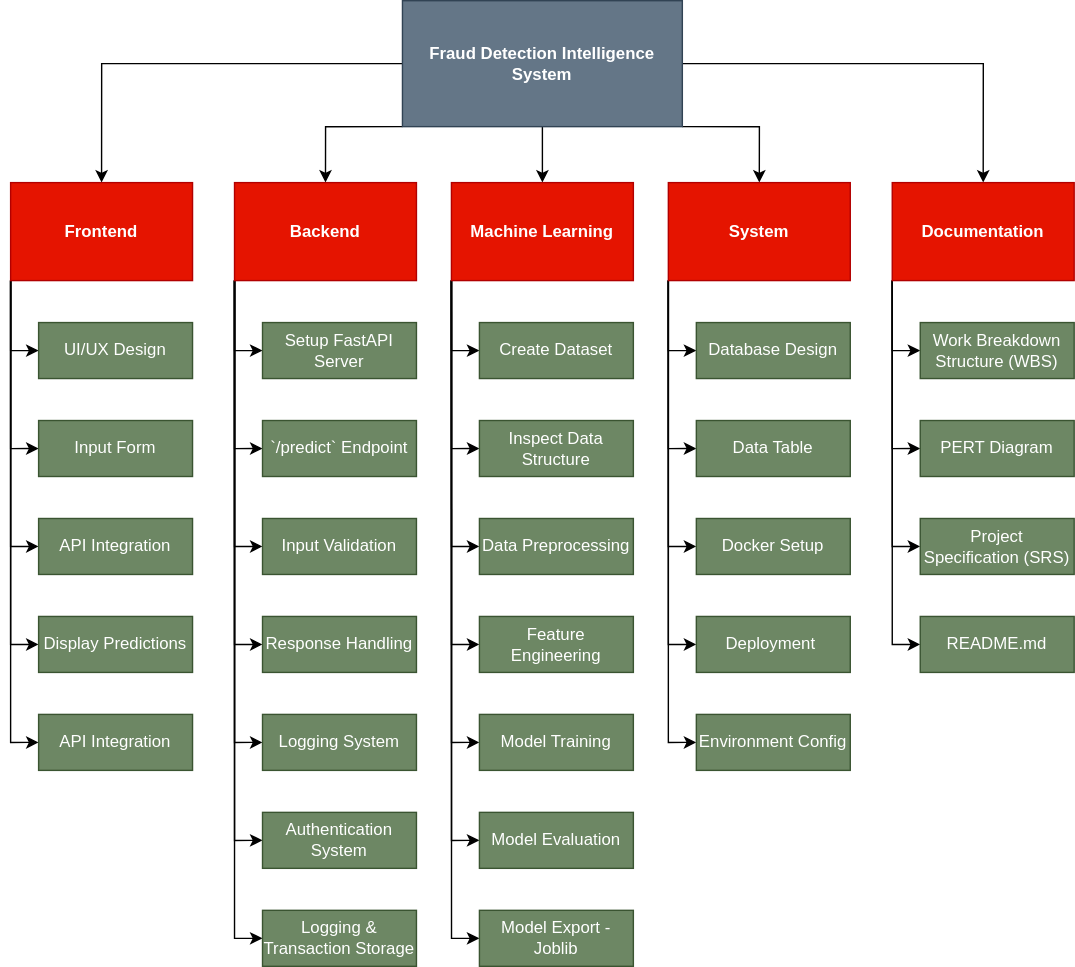
The draw.io diagram docs/wbs-diagram.drawio.svg in Dominik-Bedekovic/fraud-detection-intelligence-system, before a commit. Source tidied: cells renumbered, new cells last; positions are measured from the earlier drawing's top-left corner, leaving out a move shared by most shapes.
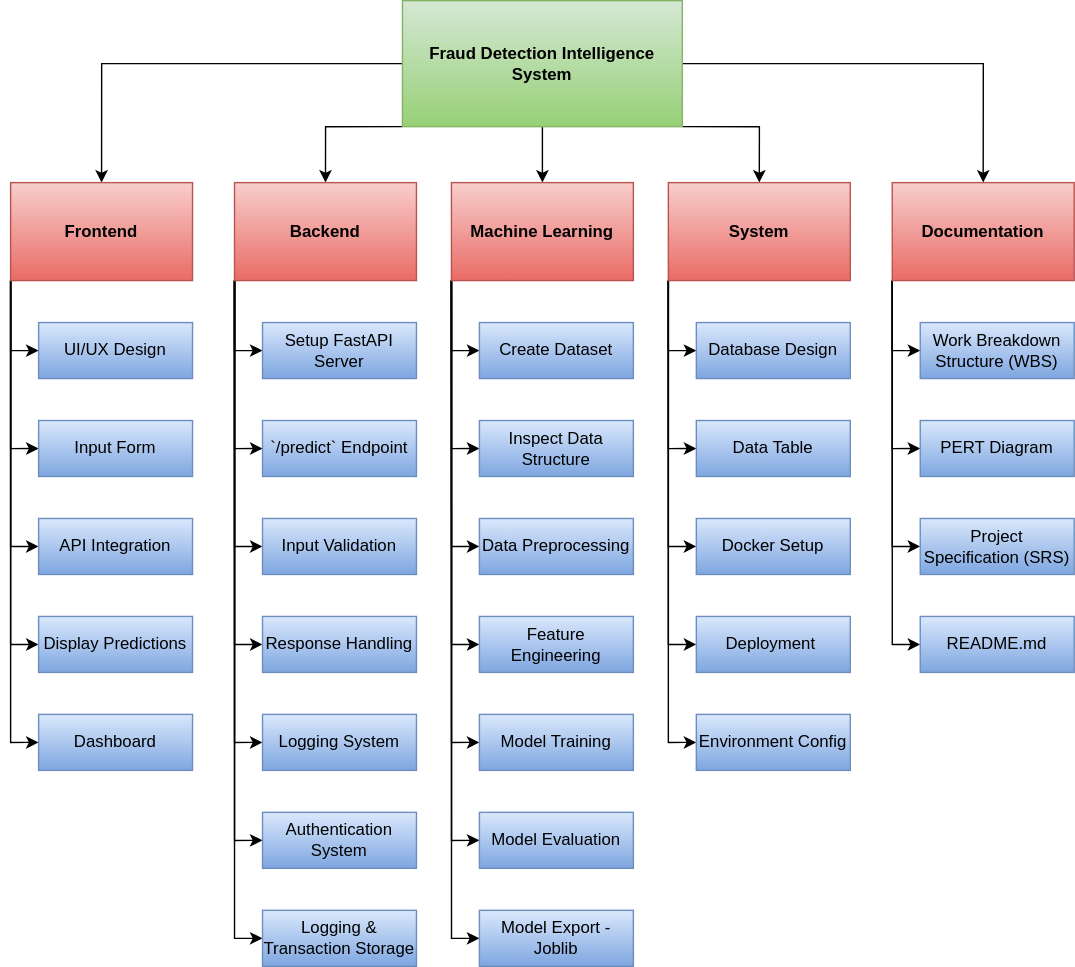
Later version of the same file.

Commit message:
Resolved merge conflict

Change to the diagram source:
```diff
@@ -25,7 +25,7 @@
         </Array>
       </mxGeometry>
     </mxCell>
-    <mxCell id="7" value="&lt;b&gt;Fraud Detection Intelligence System&lt;/b&gt;" style="rounded=0;whiteSpace=wrap;html=1;fillColor=#647687;fontColor=#ffffff;strokeColor=#314354;" parent="1" vertex="1">
+    <mxCell id="7" value="&lt;b&gt;Fraud Detection Intelligence System&lt;/b&gt;" style="rounded=0;whiteSpace=wrap;html=1;fillColor=#d5e8d4;strokeColor=#82b366;gradientColor=#97d077;" parent="1" vertex="1">
       <mxGeometry x="280" width="200" height="90" as="geometry" />
     </mxCell>
     <mxCell id="8" style="edgeStyle=orthogonalEdgeStyle;rounded=0;jettySize=auto;html=1;exitX=0;exitY=1;exitDx=0;exitDy=0;entryX=0;entryY=0.5;entryDx=0;entryDy=0;" parent="1" edge="1" source="15" target="52">
@@ -49,7 +49,7 @@
     <mxCell id="14" style="edgeStyle=orthogonalEdgeStyle;rounded=0;jettySize=auto;html=1;exitX=0;exitY=1;exitDx=0;exitDy=0;entryX=0;entryY=0.5;entryDx=0;entryDy=0;" parent="1" edge="1" source="15" target="50">
       <mxGeometry relative="1" as="geometry" />
     </mxCell>
-    <mxCell id="15" value="&lt;b&gt;Backend&lt;/b&gt;" style="rounded=0;whiteSpace=wrap;html=1;fillColor=#e51400;fontColor=#ffffff;strokeColor=#B20000;" parent="1" vertex="1">
+    <mxCell id="15" value="&lt;b&gt;Backend&lt;/b&gt;" style="rounded=0;whiteSpace=wrap;html=1;fillColor=#f8cecc;strokeColor=#b85450;gradientColor=#ea6b66;" parent="1" vertex="1">
       <mxGeometry x="160" y="130" width="130" height="70" as="geometry" />
     </mxCell>
     <mxCell id="16" style="edgeStyle=orthogonalEdgeStyle;rounded=0;jettySize=auto;html=1;exitX=0;exitY=1;exitDx=0;exitDy=0;entryX=0;entryY=0.5;entryDx=0;entryDy=0;" parent="1" edge="1" source="23" target="57">
@@ -73,7 +73,7 @@
     <mxCell id="22" style="edgeStyle=orthogonalEdgeStyle;rounded=0;jettySize=auto;html=1;exitX=0;exitY=1;exitDx=0;exitDy=0;entryX=0;entryY=0.5;entryDx=0;entryDy=0;" parent="1" edge="1" source="23" target="56">
       <mxGeometry relative="1" as="geometry" />
     </mxCell>
-    <mxCell id="23" value="&lt;b&gt;Machine Learning&lt;/b&gt;" style="rounded=0;whiteSpace=wrap;html=1;fillColor=#e51400;fontColor=#ffffff;strokeColor=#B20000;" parent="1" vertex="1">
+    <mxCell id="23" value="&lt;b&gt;Machine Learning&lt;/b&gt;" style="rounded=0;whiteSpace=wrap;html=1;fillColor=#f8cecc;strokeColor=#b85450;gradientColor=#ea6b66;" parent="1" vertex="1">
       <mxGeometry x="315" y="130" width="130" height="70" as="geometry" />
     </mxCell>
     <mxCell id="24" style="edgeStyle=orthogonalEdgeStyle;rounded=0;jettySize=auto;html=1;exitX=0;exitY=1;exitDx=0;exitDy=0;entryX=0;entryY=0.5;entryDx=0;entryDy=0;" parent="1" edge="1" source="29" target="62">
@@ -91,7 +91,7 @@
     <mxCell id="28" style="edgeStyle=orthogonalEdgeStyle;rounded=0;jettySize=auto;html=1;exitX=0;exitY=1;exitDx=0;exitDy=0;entryX=0;entryY=0.5;entryDx=0;entryDy=0;" parent="1" edge="1" source="29" target="61">
       <mxGeometry relative="1" as="geometry" />
     </mxCell>
-    <mxCell id="29" value="&lt;b&gt;System&lt;/b&gt;" style="rounded=0;whiteSpace=wrap;html=1;fillColor=#e51400;fontColor=#ffffff;strokeColor=#B20000;" parent="1" vertex="1">
+    <mxCell id="29" value="&lt;b&gt;System&lt;/b&gt;" style="rounded=0;whiteSpace=wrap;html=1;fillColor=#f8cecc;strokeColor=#b85450;gradientColor=#ea6b66;" parent="1" vertex="1">
       <mxGeometry x="470" y="130" width="130" height="70" as="geometry" />
     </mxCell>
     <mxCell id="30" style="edgeStyle=orthogonalEdgeStyle;rounded=0;jettySize=auto;html=1;exitX=0;exitY=1;exitDx=0;exitDy=0;entryX=0;entryY=0.5;entryDx=0;entryDy=0;" parent="1" edge="1" source="35" target="43">
@@ -109,7 +109,7 @@
     <mxCell id="34" style="edgeStyle=orthogonalEdgeStyle;rounded=0;jettySize=auto;html=1;exitX=0;exitY=1;exitDx=0;exitDy=0;entryX=0;entryY=0.5;entryDx=0;entryDy=0;" parent="1" edge="1" source="35" target="45">
       <mxGeometry relative="1" as="geometry" />
     </mxCell>
-    <mxCell id="35" value="&lt;b&gt;Frontend&lt;/b&gt;" style="rounded=0;whiteSpace=wrap;html=1;fillColor=#e51400;fontColor=#ffffff;strokeColor=#B20000;" parent="1" vertex="1">
+    <mxCell id="35" value="&lt;b&gt;Frontend&lt;/b&gt;" style="rounded=0;whiteSpace=wrap;html=1;fillColor=#f8cecc;strokeColor=#b85450;gradientColor=#ea6b66;" parent="1" vertex="1">
       <mxGeometry y="130" width="130" height="70" as="geometry" />
     </mxCell>
     <mxCell id="36" style="edgeStyle=orthogonalEdgeStyle;rounded=0;jettySize=auto;html=1;exitX=0;exitY=1;exitDx=0;exitDy=0;entryX=0;entryY=0.5;entryDx=0;entryDy=0;" parent="1" edge="1" source="40" target="65">
@@ -124,91 +124,91 @@
     <mxCell id="39" style="edgeStyle=orthogonalEdgeStyle;rounded=0;jettySize=auto;html=1;exitX=0;exitY=1;exitDx=0;exitDy=0;entryX=0;entryY=0.5;entryDx=0;entryDy=0;" parent="1" edge="1" source="40" target="66">
       <mxGeometry relative="1" as="geometry" />
     </mxCell>
-    <mxCell id="40" value="&lt;b&gt;Documentation&lt;/b&gt;" style="rounded=0;whiteSpace=wrap;html=1;fillColor=#e51400;fontColor=#ffffff;strokeColor=#B20000;" parent="1" vertex="1">
+    <mxCell id="40" value="&lt;b&gt;Documentation&lt;/b&gt;" style="rounded=0;whiteSpace=wrap;html=1;fillColor=#f8cecc;strokeColor=#b85450;gradientColor=#ea6b66;" parent="1" vertex="1">
       <mxGeometry x="630" y="130" width="130" height="70" as="geometry" />
     </mxCell>
-    <mxCell id="41" value="UI/UX Design" style="rounded=0;whiteSpace=wrap;html=1;fillColor=#6d8764;fontColor=#ffffff;strokeColor=#3A5431;" parent="1" vertex="1">
+    <mxCell id="41" value="UI/UX Design" style="rounded=0;whiteSpace=wrap;html=1;fillColor=#dae8fc;strokeColor=#6c8ebf;gradientColor=#7ea6e0;" parent="1" vertex="1">
       <mxGeometry x="20" y="230" width="110" height="40" as="geometry" />
     </mxCell>
-    <mxCell id="42" value="Input Form" style="rounded=0;whiteSpace=wrap;html=1;fillColor=#6d8764;fontColor=#ffffff;strokeColor=#3A5431;" parent="1" vertex="1">
+    <mxCell id="42" value="Input Form" style="rounded=0;whiteSpace=wrap;html=1;fillColor=#dae8fc;strokeColor=#6c8ebf;gradientColor=#7ea6e0;" parent="1" vertex="1">
       <mxGeometry x="20" y="300" width="110" height="40" as="geometry" />
     </mxCell>
-    <mxCell id="43" value="API Integration" style="rounded=0;whiteSpace=wrap;html=1;fillColor=#6d8764;fontColor=#ffffff;strokeColor=#3A5431;" parent="1" vertex="1">
+    <mxCell id="43" value="API Integration" style="rounded=0;whiteSpace=wrap;html=1;fillColor=#dae8fc;strokeColor=#6c8ebf;gradientColor=#7ea6e0;" parent="1" vertex="1">
       <mxGeometry x="20" y="370" width="110" height="40" as="geometry" />
     </mxCell>
-    <mxCell id="44" value="Display Predictions" style="rounded=0;whiteSpace=wrap;html=1;fillColor=#6d8764;fontColor=#ffffff;strokeColor=#3A5431;" parent="1" vertex="1">
+    <mxCell id="44" value="Display Predictions" style="rounded=0;whiteSpace=wrap;html=1;fillColor=#dae8fc;strokeColor=#6c8ebf;gradientColor=#7ea6e0;" parent="1" vertex="1">
       <mxGeometry x="20" y="440" width="110" height="40" as="geometry" />
     </mxCell>
-    <mxCell id="45" value="&lt;div&gt;API Integration&lt;/div&gt;" style="rounded=0;whiteSpace=wrap;html=1;fillColor=#6d8764;fontColor=#ffffff;strokeColor=#3A5431;" parent="1" vertex="1">
+    <mxCell id="45" value="&lt;div&gt;Dashboard&lt;/div&gt;" style="rounded=0;whiteSpace=wrap;html=1;fillColor=#dae8fc;strokeColor=#6c8ebf;gradientColor=#7ea6e0;" parent="1" vertex="1">
       <mxGeometry x="20" y="510" width="110" height="40" as="geometry" />
     </mxCell>
-    <mxCell id="46" value="`/predict` Endpoint" style="rounded=0;whiteSpace=wrap;html=1;fillColor=#6d8764;fontColor=#ffffff;strokeColor=#3A5431;" parent="1" vertex="1">
+    <mxCell id="46" value="`/predict` Endpoint" style="rounded=0;whiteSpace=wrap;html=1;fillColor=#dae8fc;strokeColor=#6c8ebf;gradientColor=#7ea6e0;" parent="1" vertex="1">
       <mxGeometry x="180" y="300" width="110" height="40" as="geometry" />
     </mxCell>
-    <mxCell id="47" value="Input Validation" style="rounded=0;whiteSpace=wrap;html=1;fillColor=#6d8764;fontColor=#ffffff;strokeColor=#3A5431;" parent="1" vertex="1">
+    <mxCell id="47" value="Input Validation" style="rounded=0;whiteSpace=wrap;html=1;fillColor=#dae8fc;strokeColor=#6c8ebf;gradientColor=#7ea6e0;" parent="1" vertex="1">
       <mxGeometry x="180" y="370" width="110" height="40" as="geometry" />
     </mxCell>
-    <mxCell id="48" value="Response Handling" style="rounded=0;whiteSpace=wrap;html=1;fillColor=#6d8764;fontColor=#ffffff;strokeColor=#3A5431;" parent="1" vertex="1">
+    <mxCell id="48" value="Response Handling" style="rounded=0;whiteSpace=wrap;html=1;fillColor=#dae8fc;strokeColor=#6c8ebf;gradientColor=#7ea6e0;" parent="1" vertex="1">
       <mxGeometry x="180" y="440" width="110" height="40" as="geometry" />
     </mxCell>
-    <mxCell id="49" value="Logging System" style="rounded=0;whiteSpace=wrap;html=1;fillColor=#6d8764;fontColor=#ffffff;strokeColor=#3A5431;" parent="1" vertex="1">
+    <mxCell id="49" value="Logging System" style="rounded=0;whiteSpace=wrap;html=1;fillColor=#dae8fc;strokeColor=#6c8ebf;gradientColor=#7ea6e0;" parent="1" vertex="1">
       <mxGeometry x="180" y="510" width="110" height="40" as="geometry" />
     </mxCell>
-    <mxCell id="50" value="Authentication System" style="rounded=0;whiteSpace=wrap;html=1;fillColor=#6d8764;fontColor=#ffffff;strokeColor=#3A5431;" parent="1" vertex="1">
+    <mxCell id="50" value="Authentication System" style="rounded=0;whiteSpace=wrap;html=1;fillColor=#dae8fc;strokeColor=#6c8ebf;gradientColor=#7ea6e0;" parent="1" vertex="1">
       <mxGeometry x="180" y="580" width="110" height="40" as="geometry" />
     </mxCell>
-    <mxCell id="51" value="Setup FastAPI Server" style="rounded=0;whiteSpace=wrap;html=1;fillColor=#6d8764;fontColor=#ffffff;strokeColor=#3A5431;" parent="1" vertex="1">
+    <mxCell id="51" value="Setup FastAPI Server" style="rounded=0;whiteSpace=wrap;html=1;fillColor=#dae8fc;strokeColor=#6c8ebf;gradientColor=#7ea6e0;" parent="1" vertex="1">
       <mxGeometry x="180" y="230" width="110" height="40" as="geometry" />
     </mxCell>
-    <mxCell id="52" value="Logging &amp;amp; Transaction Storage" style="rounded=0;whiteSpace=wrap;html=1;fillColor=#6d8764;fontColor=#ffffff;strokeColor=#3A5431;" parent="1" vertex="1">
+    <mxCell id="52" value="Logging &amp;amp; Transaction Storage" style="rounded=0;whiteSpace=wrap;html=1;fillColor=#dae8fc;strokeColor=#6c8ebf;gradientColor=#7ea6e0;" parent="1" vertex="1">
       <mxGeometry x="180" y="650" width="110" height="40" as="geometry" />
     </mxCell>
-    <mxCell id="53" value="Feature Engineering" style="rounded=0;whiteSpace=wrap;html=1;fillColor=#6d8764;fontColor=#ffffff;strokeColor=#3A5431;" parent="1" vertex="1">
+    <mxCell id="53" value="Feature Engineering" style="rounded=0;whiteSpace=wrap;html=1;fillColor=#dae8fc;strokeColor=#6c8ebf;gradientColor=#7ea6e0;" parent="1" vertex="1">
       <mxGeometry x="335" y="440" width="110" height="40" as="geometry" />
     </mxCell>
-    <mxCell id="54" value="Model Training" style="rounded=0;whiteSpace=wrap;html=1;fillColor=#6d8764;fontColor=#ffffff;strokeColor=#3A5431;" parent="1" vertex="1">
+    <mxCell id="54" value="Model Training" style="rounded=0;whiteSpace=wrap;html=1;fillColor=#dae8fc;strokeColor=#6c8ebf;gradientColor=#7ea6e0;" parent="1" vertex="1">
       <mxGeometry x="335" y="510" width="110" height="40" as="geometry" />
     </mxCell>
-    <mxCell id="55" value="Model Evaluation" style="rounded=0;whiteSpace=wrap;html=1;fillColor=#6d8764;fontColor=#ffffff;strokeColor=#3A5431;" parent="1" vertex="1">
+    <mxCell id="55" value="Model Evaluation" style="rounded=0;whiteSpace=wrap;html=1;fillColor=#dae8fc;strokeColor=#6c8ebf;gradientColor=#7ea6e0;" parent="1" vertex="1">
       <mxGeometry x="335" y="580" width="110" height="40" as="geometry" />
     </mxCell>
-    <mxCell id="56" value="Model Export - Joblib" style="rounded=0;whiteSpace=wrap;html=1;fillColor=#6d8764;fontColor=#ffffff;strokeColor=#3A5431;" parent="1" vertex="1">
+    <mxCell id="56" value="Model Export - Joblib" style="rounded=0;whiteSpace=wrap;html=1;fillColor=#dae8fc;strokeColor=#6c8ebf;gradientColor=#7ea6e0;" parent="1" vertex="1">
       <mxGeometry x="335" y="650" width="110" height="40" as="geometry" />
     </mxCell>
-    <mxCell id="57" value="&lt;div&gt;Create Dataset&lt;/div&gt;" style="rounded=0;whiteSpace=wrap;html=1;fillColor=#6d8764;fontColor=#ffffff;strokeColor=#3A5431;" parent="1" vertex="1">
+    <mxCell id="57" value="&lt;div&gt;Create Dataset&lt;/div&gt;" style="rounded=0;whiteSpace=wrap;html=1;fillColor=#dae8fc;strokeColor=#6c8ebf;gradientColor=#7ea6e0;" parent="1" vertex="1">
       <mxGeometry x="335" y="230" width="110" height="40" as="geometry" />
     </mxCell>
-    <mxCell id="58" value="Data Preprocessing" style="rounded=0;whiteSpace=wrap;html=1;fillColor=#6d8764;fontColor=#ffffff;strokeColor=#3A5431;" parent="1" vertex="1">
+    <mxCell id="58" value="Data Preprocessing" style="rounded=0;whiteSpace=wrap;html=1;fillColor=#dae8fc;strokeColor=#6c8ebf;gradientColor=#7ea6e0;" parent="1" vertex="1">
       <mxGeometry x="335" y="370" width="110" height="40" as="geometry" />
     </mxCell>
-    <mxCell id="59" value="Inspect Data Structure" style="rounded=0;whiteSpace=wrap;html=1;fillColor=#6d8764;fontColor=#ffffff;strokeColor=#3A5431;" parent="1" vertex="1">
+    <mxCell id="59" value="Inspect Data Structure" style="rounded=0;whiteSpace=wrap;html=1;fillColor=#dae8fc;strokeColor=#6c8ebf;gradientColor=#7ea6e0;" parent="1" vertex="1">
       <mxGeometry x="335" y="300" width="110" height="40" as="geometry" />
     </mxCell>
-    <mxCell id="60" value="Deployment&amp;nbsp;" style="rounded=0;whiteSpace=wrap;html=1;fillColor=#6d8764;fontColor=#ffffff;strokeColor=#3A5431;" parent="1" vertex="1">
+    <mxCell id="60" value="Deployment&amp;nbsp;" style="rounded=0;whiteSpace=wrap;html=1;fillColor=#dae8fc;strokeColor=#6c8ebf;gradientColor=#7ea6e0;" parent="1" vertex="1">
       <mxGeometry x="490" y="440" width="110" height="40" as="geometry" />
     </mxCell>
-    <mxCell id="61" value="Environment Config" style="rounded=0;whiteSpace=wrap;html=1;fillColor=#6d8764;fontColor=#ffffff;strokeColor=#3A5431;" parent="1" vertex="1">
+    <mxCell id="61" value="Environment Config" style="rounded=0;whiteSpace=wrap;html=1;fillColor=#dae8fc;strokeColor=#6c8ebf;gradientColor=#7ea6e0;" parent="1" vertex="1">
       <mxGeometry x="490" y="510" width="110" height="40" as="geometry" />
     </mxCell>
-    <mxCell id="62" value="Database Design" style="rounded=0;whiteSpace=wrap;html=1;fillColor=#6d8764;fontColor=#ffffff;strokeColor=#3A5431;" parent="1" vertex="1">
+    <mxCell id="62" value="Database Design" style="rounded=0;whiteSpace=wrap;html=1;fillColor=#dae8fc;strokeColor=#6c8ebf;gradientColor=#7ea6e0;" parent="1" vertex="1">
       <mxGeometry x="490" y="230" width="110" height="40" as="geometry" />
     </mxCell>
-    <mxCell id="63" value="Docker Setup" style="rounded=0;whiteSpace=wrap;html=1;fillColor=#6d8764;fontColor=#ffffff;strokeColor=#3A5431;" parent="1" vertex="1">
+    <mxCell id="63" value="Docker Setup" style="rounded=0;whiteSpace=wrap;html=1;fillColor=#dae8fc;strokeColor=#6c8ebf;gradientColor=#7ea6e0;" parent="1" vertex="1">
       <mxGeometry x="490" y="370" width="110" height="40" as="geometry" />
     </mxCell>
-    <mxCell id="64" value="Data Table" style="rounded=0;whiteSpace=wrap;html=1;fillColor=#6d8764;fontColor=#ffffff;strokeColor=#3A5431;" parent="1" vertex="1">
+    <mxCell id="64" value="Data Table" style="rounded=0;whiteSpace=wrap;html=1;fillColor=#dae8fc;strokeColor=#6c8ebf;gradientColor=#7ea6e0;" parent="1" vertex="1">
       <mxGeometry x="490" y="300" width="110" height="40" as="geometry" />
     </mxCell>
-    <mxCell id="65" value="README.md" style="rounded=0;whiteSpace=wrap;html=1;fillColor=#6d8764;fontColor=#ffffff;strokeColor=#3A5431;" parent="1" vertex="1">
+    <mxCell id="65" value="README.md" style="rounded=0;whiteSpace=wrap;html=1;fillColor=#dae8fc;strokeColor=#6c8ebf;gradientColor=#7ea6e0;" parent="1" vertex="1">
       <mxGeometry x="650" y="440" width="110" height="40" as="geometry" />
     </mxCell>
-    <mxCell id="66" value="Work Breakdown Structure (WBS)" style="rounded=0;whiteSpace=wrap;html=1;fillColor=#6d8764;fontColor=#ffffff;strokeColor=#3A5431;" parent="1" vertex="1">
+    <mxCell id="66" value="Work Breakdown Structure (WBS)" style="rounded=0;whiteSpace=wrap;html=1;fillColor=#dae8fc;strokeColor=#6c8ebf;gradientColor=#7ea6e0;" parent="1" vertex="1">
       <mxGeometry x="650" y="230" width="110" height="40" as="geometry" />
     </mxCell>
-    <mxCell id="67" value="Project Specification (SRS)" style="rounded=0;whiteSpace=wrap;html=1;fillColor=#6d8764;fontColor=#ffffff;strokeColor=#3A5431;" parent="1" vertex="1">
+    <mxCell id="67" value="Project Specification (SRS)" style="rounded=0;whiteSpace=wrap;html=1;fillColor=#dae8fc;strokeColor=#6c8ebf;gradientColor=#7ea6e0;" parent="1" vertex="1">
       <mxGeometry x="650" y="370" width="110" height="40" as="geometry" />
     </mxCell>
-    <mxCell id="68" value="PERT Diagram" style="rounded=0;whiteSpace=wrap;html=1;fillColor=#6d8764;fontColor=#ffffff;strokeColor=#3A5431;" parent="1" vertex="1">
+    <mxCell id="68" value="PERT Diagram" style="rounded=0;whiteSpace=wrap;html=1;fillColor=#dae8fc;strokeColor=#6c8ebf;gradientColor=#7ea6e0;" parent="1" vertex="1">
       <mxGeometry x="650" y="300" width="110" height="40" as="geometry" />
     </mxCell>
   </root>
```
